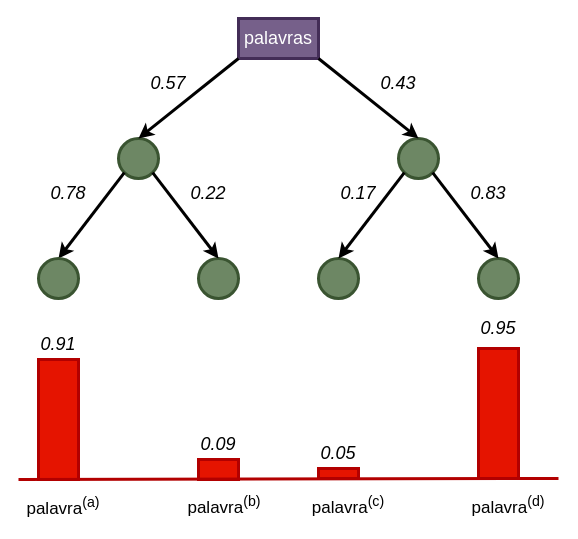
Before: hierarchical_softmax.drawio in viniciusrpb/drawio_flowcharts, a draw.io diagram. Source tidied: cells renumbered, new cells numbered last; positions are measured from the earlier drawing's top-left corner, leaving out a move shared by most shapes. Both pictures are drawn from the tidied source at 100%, with x=0, y=0 at pixel (18, 18).
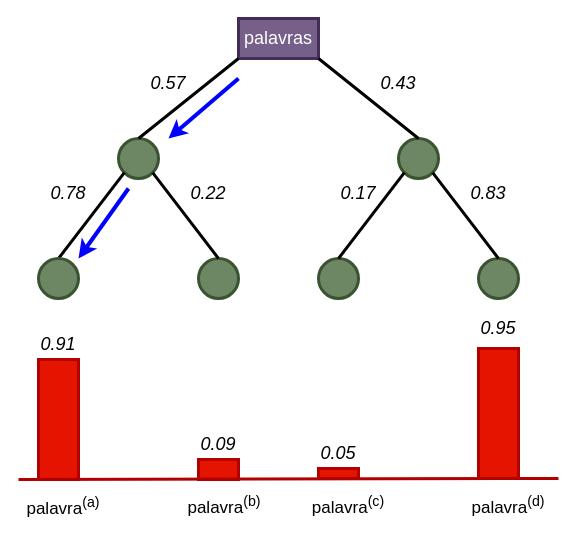
Above is the later version.

The change refers to these unchanged cells:
```xml
<mxCell id="2" value="palavras" style="rounded=0;whiteSpace=wrap;html=1;strokeWidth=3;fontSize=18;fillColor=#76608a;fontColor=#ffffff;strokeColor=#432D57;" parent="1" vertex="1">
  <mxGeometry x="220" width="80" height="40" as="geometry" />
</mxCell>
<mxCell id="3" style="ellipse;whiteSpace=wrap;html=1;strokeWidth=3;fillColor=#6d8764;fontColor=#ffffff;strokeColor=#3A5431;" parent="1" vertex="1">
  <mxGeometry x="100" y="120" width="40" height="40" as="geometry" />
</mxCell>
<mxCell id="4" style="ellipse;whiteSpace=wrap;html=1;strokeWidth=3;fillColor=#6d8764;fontColor=#ffffff;strokeColor=#3A5431;" parent="1" vertex="1">
  <mxGeometry x="380" y="120" width="40" height="40" as="geometry" />
</mxCell>
<mxCell id="8" style="ellipse;whiteSpace=wrap;html=1;strokeWidth=3;fillColor=#6d8764;fontColor=#ffffff;strokeColor=#3A5431;" parent="1" vertex="1">
  <mxGeometry x="20" y="240" width="40" height="40" as="geometry" />
</mxCell>
<mxCell id="9" style="ellipse;whiteSpace=wrap;html=1;strokeWidth=3;fillColor=#6d8764;fontColor=#ffffff;strokeColor=#3A5431;" parent="1" vertex="1">
  <mxGeometry x="180" y="240" width="40" height="40" as="geometry" />
</mxCell>
<mxCell id="10" style="ellipse;whiteSpace=wrap;html=1;strokeWidth=3;fillColor=#6d8764;fontColor=#ffffff;strokeColor=#3A5431;" parent="1" vertex="1">
  <mxGeometry x="300" y="240" width="40" height="40" as="geometry" />
</mxCell>
<mxCell id="11" style="ellipse;whiteSpace=wrap;html=1;strokeWidth=3;fillColor=#6d8764;fontColor=#ffffff;strokeColor=#3A5431;" parent="1" vertex="1">
  <mxGeometry x="460" y="240" width="40" height="40" as="geometry" />
</mxCell>
```

The edit, as a diff of the source:
```diff
@@
-    <mxCell id="5" style="endArrow=classic;html=1;rounded=0;exitX=0;exitY=1;exitDx=0;exitDy=0;entryX=0.5;entryY=0;entryDx=0;entryDy=0;strokeWidth=3;" parent="1" edge="1" source="2" target="3">
+    <mxCell id="5" style="endArrow=none;html=1;rounded=0;exitX=0;exitY=1;exitDx=0;exitDy=0;entryX=0.5;entryY=0;entryDx=0;entryDy=0;strokeWidth=3;endFill=0;" parent="1" edge="1" source="2" target="3">
       <mxGeometry relative="1" as="geometry" />
     </mxCell>
-    <mxCell id="6" style="endArrow=classic;html=1;rounded=0;exitX=1;exitY=1;exitDx=0;exitDy=0;entryX=0.5;entryY=0;entryDx=0;entryDy=0;strokeWidth=3;" parent="1" edge="1" source="2" target="4">
+    <mxCell id="6" style="endArrow=none;html=1;rounded=0;exitX=1;exitY=1;exitDx=0;exitDy=0;entryX=0.5;entryY=0;entryDx=0;entryDy=0;strokeWidth=3;endFill=0;" parent="1" edge="1" source="2" target="4">
       <mxGeometry relative="1" as="geometry" />
     </mxCell>
-    <mxCell id="7" style="endArrow=classic;html=1;rounded=0;exitX=0;exitY=1;exitDx=0;exitDy=0;entryX=0.5;entryY=0;entryDx=0;entryDy=0;strokeWidth=3;" parent="1" edge="1" source="3" target="8">
+    <mxCell id="7" style="endArrow=none;html=1;rounded=0;exitX=0;exitY=1;exitDx=0;exitDy=0;entryX=0.5;entryY=0;entryDx=0;entryDy=0;strokeWidth=3;endFill=0;" parent="1" edge="1" source="3" target="8">
       <mxGeometry relative="1" as="geometry" />
     </mxCell>
@@
-    <mxCell id="12" style="endArrow=classic;html=1;rounded=0;exitX=1;exitY=1;exitDx=0;exitDy=0;entryX=0.5;entryY=0;entryDx=0;entryDy=0;strokeWidth=3;" parent="1" edge="1" source="3" target="9">
+    <mxCell id="12" style="endArrow=none;html=1;rounded=0;exitX=1;exitY=1;exitDx=0;exitDy=0;entryX=0.5;entryY=0;entryDx=0;entryDy=0;strokeWidth=3;endFill=0;" parent="1" edge="1" source="3" target="9">
       <mxGeometry relative="1" as="geometry" />
     </mxCell>
-    <mxCell id="13" style="endArrow=classic;html=1;rounded=0;exitX=0;exitY=1;exitDx=0;exitDy=0;entryX=0.5;entryY=0;entryDx=0;entryDy=0;strokeWidth=3;" parent="1" edge="1" source="4" target="10">
+    <mxCell id="13" style="endArrow=none;html=1;rounded=0;exitX=0;exitY=1;exitDx=0;exitDy=0;entryX=0.5;entryY=0;entryDx=0;entryDy=0;strokeWidth=3;endFill=0;" parent="1" edge="1" source="4" target="10">
       <mxGeometry relative="1" as="geometry" />
     </mxCell>
-    <mxCell id="14" style="endArrow=classic;html=1;rounded=0;exitX=1;exitY=1;exitDx=0;exitDy=0;entryX=0.5;entryY=0;entryDx=0;entryDy=0;strokeWidth=3;" parent="1" edge="1" source="4" target="11">
+    <mxCell id="14" style="endArrow=none;html=1;rounded=0;exitX=1;exitY=1;exitDx=0;exitDy=0;entryX=0.5;entryY=0;entryDx=0;entryDy=0;strokeWidth=3;endFill=0;" parent="1" edge="1" source="4" target="11">
       <mxGeometry relative="1" as="geometry" />
     </mxCell>
@@
+    <mxCell id="34" style="endArrow=classic;html=1;rounded=0;strokeColor=#0000FF;strokeWidth=4;" parent="1" edge="1">
+      <mxGeometry relative="1" as="geometry">
+        <mxPoint x="220" y="60" as="sourcePoint" />
+        <mxPoint x="150" y="120" as="targetPoint" />
+      </mxGeometry>
+    </mxCell>
+    <mxCell id="35" style="endArrow=classic;html=1;rounded=0;strokeColor=#0000FF;strokeWidth=4;" parent="1" edge="1">
+      <mxGeometry relative="1" as="geometry">
+        <mxPoint x="110" y="170" as="sourcePoint" />
+        <mxPoint x="60" y="240" as="targetPoint" />
+      </mxGeometry>
+    </mxCell>
```
